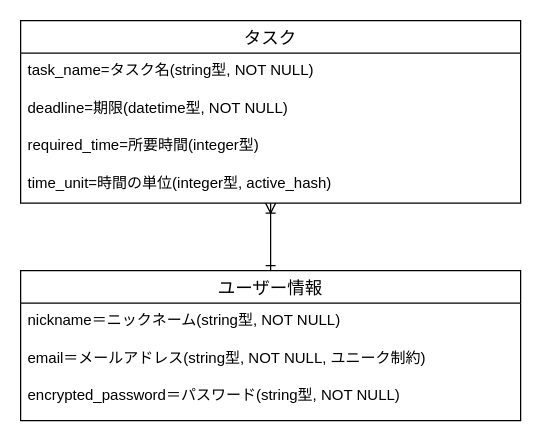
Above: tasks-ERdiagram.dio in Nannaan/tasks (draw.io), before the change. Source tidied: cells renumbered, new cells numbered last; positions are measured from the earlier drawing's top-left corner, leaving out a move shared by most shapes. Both pictures are drawn from the tidied source at 125%, with x=0, y=0 at pixel (20, 20).
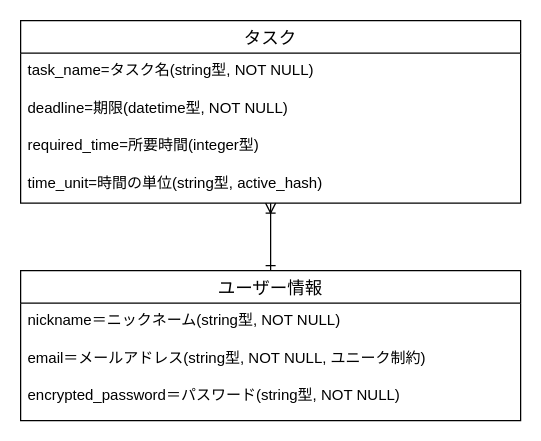
The same diagram, later.

What changed in the source:
```diff
@@
 <mxGraphModel>
   <root>
     <mxCell id="0" />
     <mxCell id="1" parent="0" />
     <mxCell id="2" style="html=1;exitX=0.5;exitY=0;exitDx=0;exitDy=0;entryX=0.5;entryY=1;entryDx=0;entryDy=0;startArrow=ERone;startFill=0;endArrow=ERoneToMany;endFill=0;" parent="1" edge="1" source="3" target="7">
       <mxGeometry relative="1" as="geometry" />
     </mxCell>
     <mxCell id="3" value="ユーザー情報" style="swimlane;fontStyle=0;horizontal=1;startSize=26;align=center;fontSize=14;spacing=2;labelBackgroundColor=none;" parent="1" vertex="1">
       <mxGeometry y="200" width="400" height="120" as="geometry" />
     </mxCell>
     <mxCell id="4" value="nickname＝ニックネーム(string型, NOT NULL)" style="text;strokeColor=none;fillColor=none;spacingLeft=4;spacingRight=4;overflow=hidden;fontSize=12;" parent="3" vertex="1">
       <mxGeometry y="26" width="400" height="30" as="geometry" />
     </mxCell>
     <mxCell id="5" value="email＝メールアドレス(string型, NOT NULL, ユニーク制約)" style="text;strokeColor=none;fillColor=none;spacingLeft=4;spacingRight=4;overflow=hidden;fontSize=12;" parent="3" vertex="1">
       <mxGeometry y="56" width="400" height="30" as="geometry" />
     </mxCell>
     <mxCell id="6" value="encrypted_password＝パスワード(string型, NOT NULL)" style="text;strokeColor=none;fillColor=none;spacingLeft=4;spacingRight=4;overflow=hidden;fontSize=12;" parent="3" vertex="1">
       <mxGeometry y="86" width="400" height="34" as="geometry" />
     </mxCell>
     <mxCell id="7" value="タスク" style="swimlane;fontStyle=0;horizontal=1;startSize=26;align=center;fontSize=14;" parent="1" vertex="1">
       <mxGeometry width="400" height="146" as="geometry" />
     </mxCell>
     <mxCell id="8" value="task_name=タスク名(string型, NOT NULL)" style="text;strokeColor=none;fillColor=none;spacingLeft=4;spacingRight=4;overflow=hidden;fontSize=12;" parent="7" vertex="1">
       <mxGeometry y="26" width="400" height="30" as="geometry" />
     </mxCell>
     <mxCell id="9" value="deadline=期限(datetime型, NOT NULL)" style="text;strokeColor=none;fillColor=none;spacingLeft=4;spacingRight=4;overflow=hidden;fontSize=12;" parent="7" vertex="1">
       <mxGeometry y="56" width="400" height="30" as="geometry" />
     </mxCell>
     <mxCell id="10" value="required_time=所要時間(integer型)" style="text;strokeColor=none;fillColor=none;spacingLeft=4;spacingRight=4;overflow=hidden;fontSize=12;" parent="7" vertex="1">
       <mxGeometry y="86" width="400" height="30" as="geometry" />
     </mxCell>
-    <mxCell id="11" value="time_unit=時間の単位(integer型, active_hash)" style="text;strokeColor=none;fillColor=none;spacingLeft=4;spacingRight=4;overflow=hidden;fontSize=12;" parent="7" vertex="1">
+    <mxCell id="11" value="time_unit=時間の単位(string型, active_hash)" style="text;strokeColor=none;fillColor=none;spacingLeft=4;spacingRight=4;overflow=hidden;fontSize=12;" parent="7" vertex="1">
       <mxGeometry y="116" width="400" height="30" as="geometry" />
     </mxCell>
   </root>
 </mxGraphModel>
```
